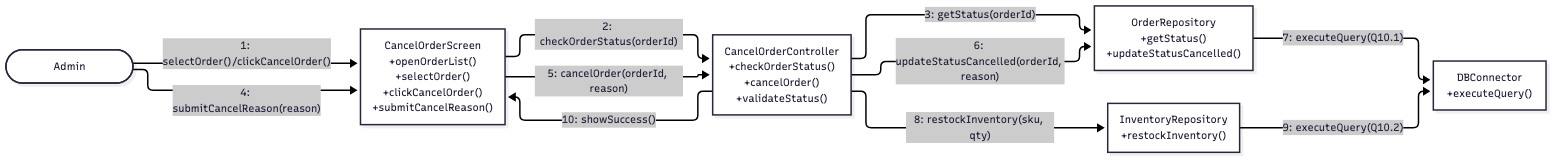
xbpkdi/321-sa-proj keeps this Mermaid diagram as 03-chapter2-use-case-descriptions/diagrams/png/7A-collaboration.png. Above is the earlier version. Its source is kept beside it as 03-chapter2-use-case-descriptions/diagrams/mmd/7A-collaboration.mmd.
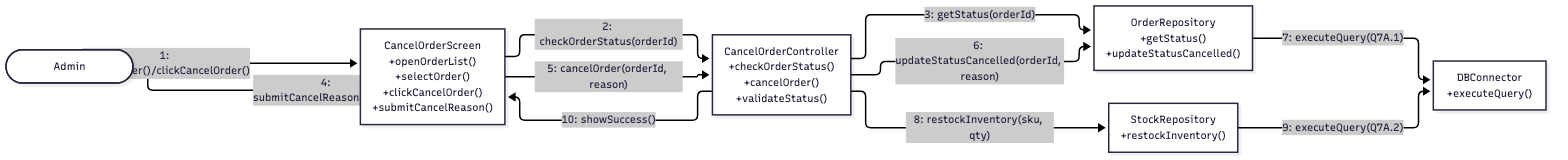
Later version of the same file.

What changed in the source:
```diff
@@ -4,7 +4,7 @@
     Screen["CancelOrderScreen<br/>+openOrderList()<br/>+selectOrder()<br/>+clickCancelOrder()<br/>+submitCancelReason()"]
     COC["CancelOrderController<br/>+checkOrderStatus()<br/>+cancelOrder()<br/>+validateStatus()"]
     OrderRepo["OrderRepository<br/>+getStatus()<br/>+updateStatusCancelled()"]
-    InvRepo["InventoryRepository<br/>+restockInventory()"]
+    StockRepo["StockRepository<br/>+restockInventory()"]
     DB["DBConnector<br/>+executeQuery()"]
 
     Admin -->|"1: selectOrder()/clickCancelOrder()"| Screen
@@ -13,7 +13,7 @@
     Admin -->|"4: submitCancelReason(reason)"| Screen
     Screen -->|"5: cancelOrder(orderId, reason)"| COC
     COC -->|"6: updateStatusCancelled(orderId, reason)"| OrderRepo
-    OrderRepo -->|"7: executeQuery(Q10.1)"| DB
-    COC -->|"8: restockInventory(sku, qty)"| InvRepo
-    InvRepo -->|"9: executeQuery(Q10.2)"| DB
+    OrderRepo -->|"7: executeQuery(Q7A.1)"| DB
+    COC -->|"8: restockInventory(sku, qty)"| StockRepo
+    StockRepo -->|"9: executeQuery(Q7A.2)"| DB
     COC -->|"10: showSuccess()"| Screen
```
